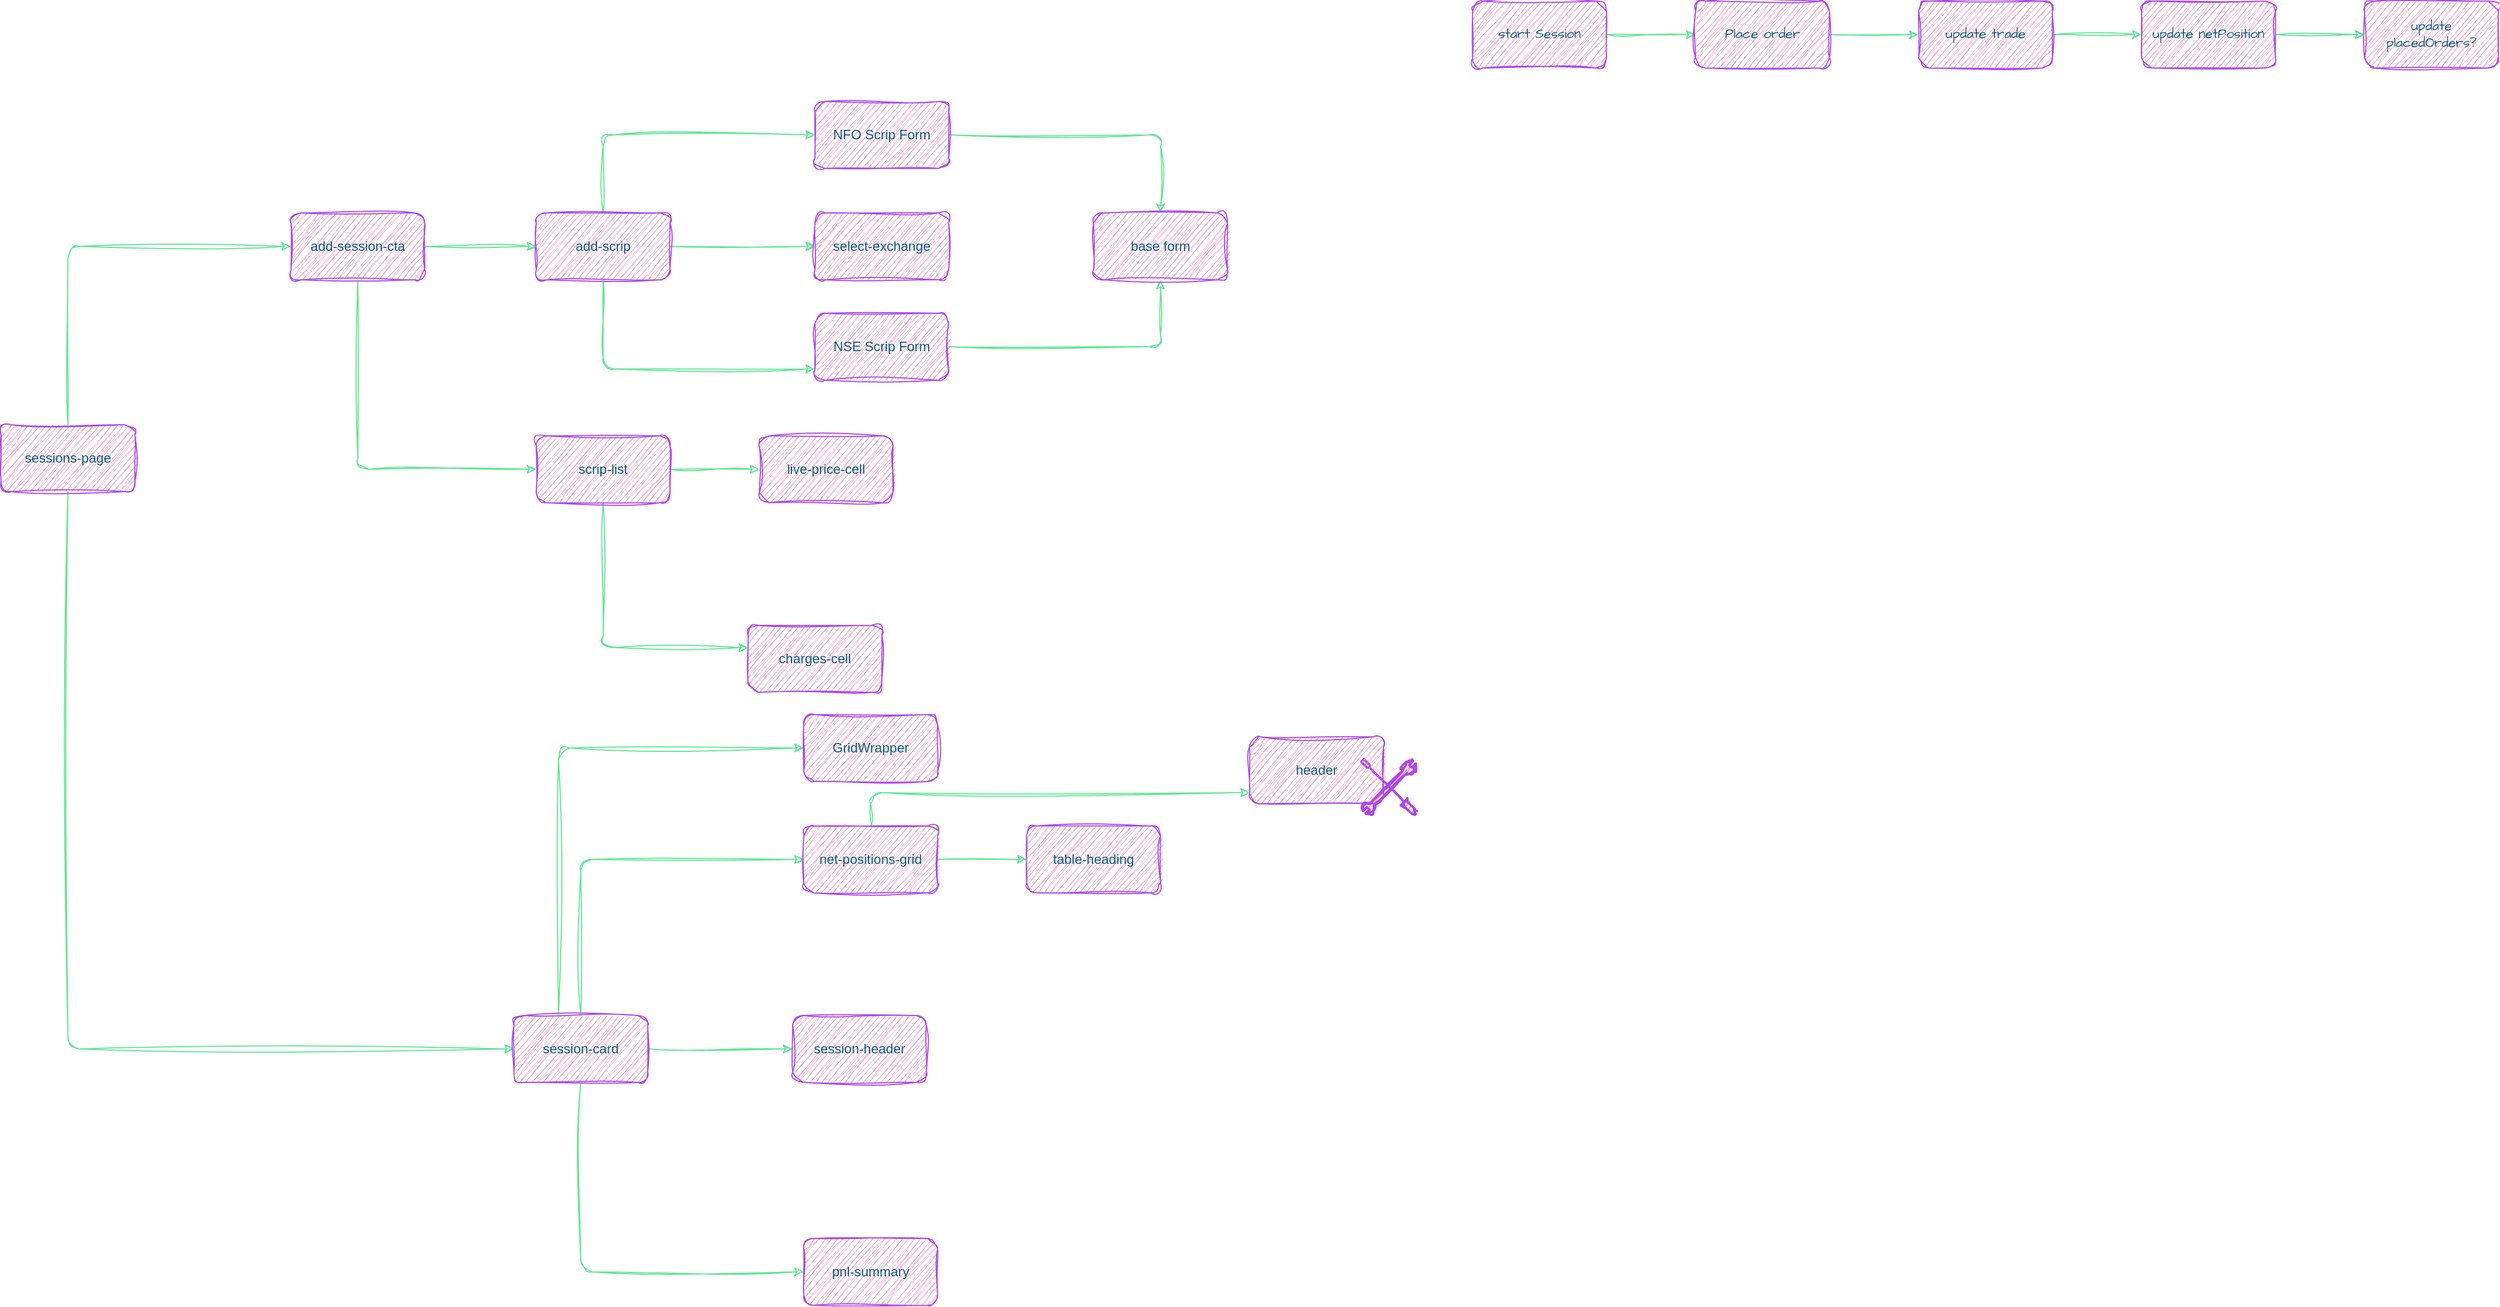
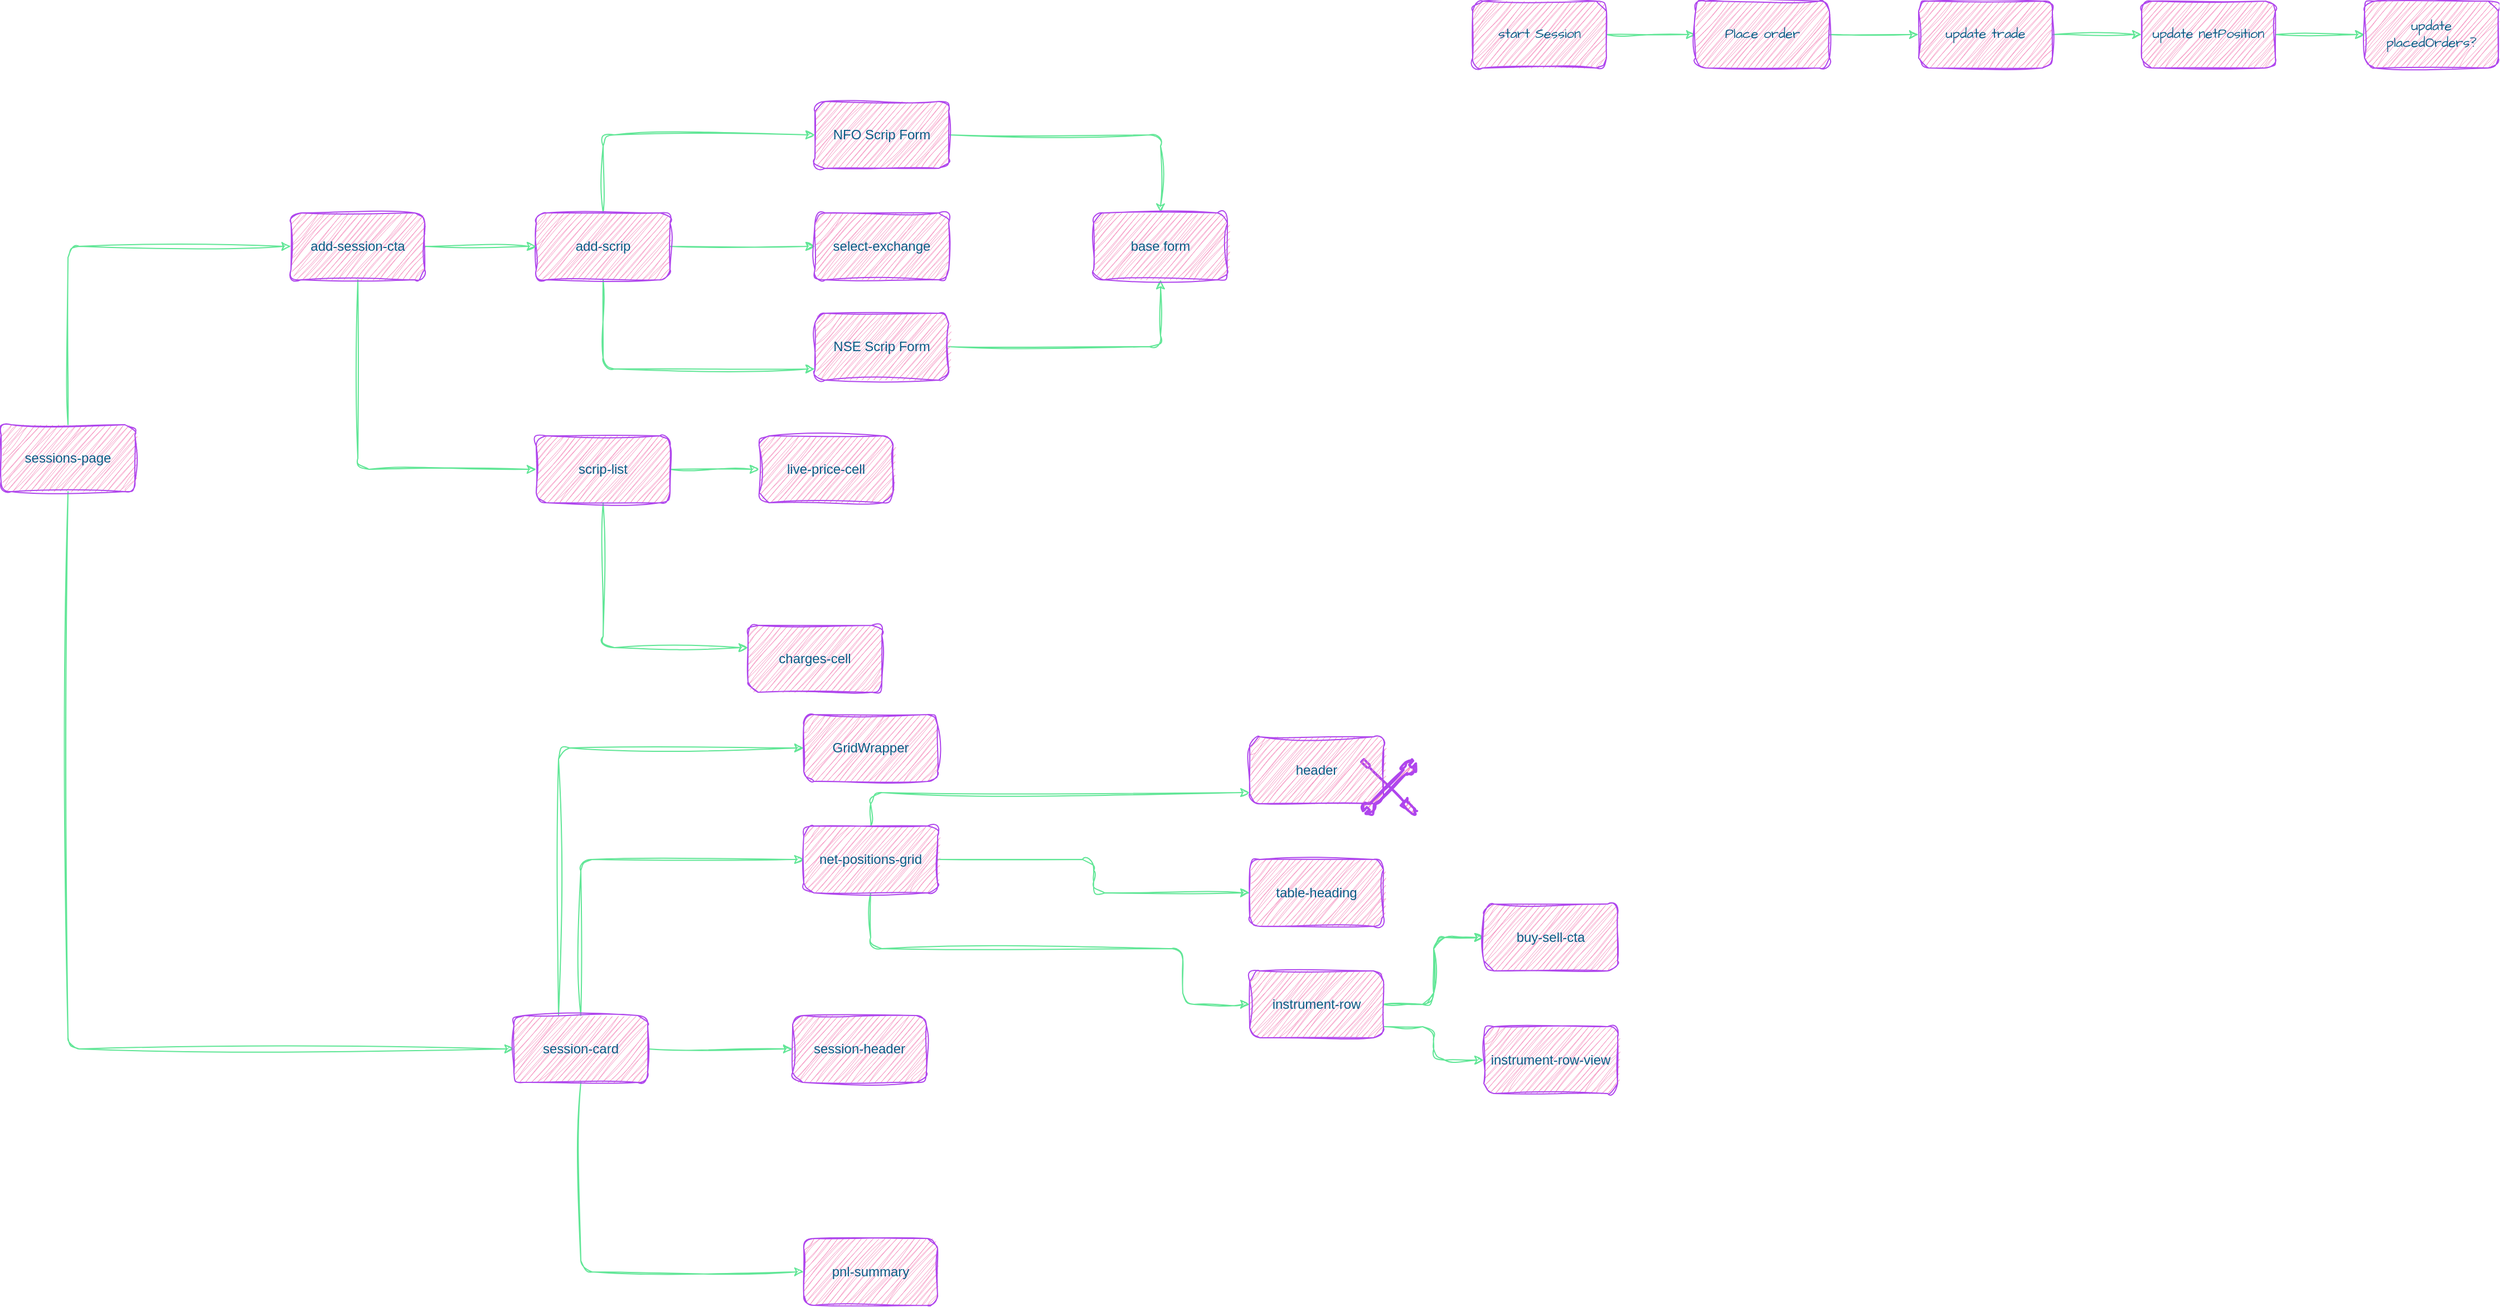
<mxfile host="app.diagrams.net" pages="5">
  <diagram id="wPQbEJP3DVO_ncDqMHqx" name="Sessions Page">
    <mxGraphModel dx="1887" dy="969" grid="1" gridSize="10" guides="1" tooltips="1" connect="1" arrows="1" fold="1" page="0" pageScale="1" pageWidth="402" pageHeight="874" math="0" shadow="0">
      <root>
        <mxCell id="0" />
        <mxCell id="1" parent="0" />
        <mxCell id="DB1AKVm6qyutKQlFYAWD-6" edge="1" parent="1" source="DB1AKVm6qyutKQlFYAWD-1" style="edgeStyle=orthogonalEdgeStyle;rounded=1;orthogonalLoop=1;jettySize=auto;html=1;sketch=1;curveFitting=1;jiggle=2;labelBackgroundColor=none;strokeColor=#60E696;fontColor=default;" target="DB1AKVm6qyutKQlFYAWD-5" value="">
          <mxGeometry relative="1" as="geometry" />
        </mxCell>
        <mxCell id="DB1AKVm6qyutKQlFYAWD-8" edge="1" parent="1" source="DB1AKVm6qyutKQlFYAWD-1" style="edgeStyle=orthogonalEdgeStyle;rounded=1;orthogonalLoop=1;jettySize=auto;html=1;sketch=1;curveFitting=1;jiggle=2;labelBackgroundColor=none;strokeColor=#60E696;fontColor=default;" target="DB1AKVm6qyutKQlFYAWD-7" value="">
          <mxGeometry relative="1" as="geometry">
            <Array as="points">
              <mxPoint x="120" y="270" />
            </Array>
          </mxGeometry>
        </mxCell>
        <mxCell id="DB1AKVm6qyutKQlFYAWD-10" edge="1" parent="1" source="DB1AKVm6qyutKQlFYAWD-1" style="edgeStyle=orthogonalEdgeStyle;rounded=1;orthogonalLoop=1;jettySize=auto;html=1;sketch=1;curveFitting=1;jiggle=2;labelBackgroundColor=none;strokeColor=#60E696;fontColor=default;" target="DB1AKVm6qyutKQlFYAWD-9" value="">
          <mxGeometry relative="1" as="geometry">
            <Array as="points">
              <mxPoint x="120" y="60" />
            </Array>
          </mxGeometry>
        </mxCell>
        <mxCell id="DB1AKVm6qyutKQlFYAWD-1" parent="1" style="rounded=1;whiteSpace=wrap;html=1;sketch=1;curveFitting=1;jiggle=2;labelBackgroundColor=none;fillColor=#F694C1;strokeColor=#AF45ED;fontColor=#095C86;" value="add-scrip" vertex="1">
          <mxGeometry height="60" width="120" x="60" y="130" as="geometry" />
        </mxCell>
        <mxCell id="DB1AKVm6qyutKQlFYAWD-4" edge="1" parent="1" source="DB1AKVm6qyutKQlFYAWD-3" style="edgeStyle=orthogonalEdgeStyle;rounded=1;orthogonalLoop=1;jettySize=auto;html=1;sketch=1;curveFitting=1;jiggle=2;labelBackgroundColor=none;strokeColor=#60E696;fontColor=default;" target="DB1AKVm6qyutKQlFYAWD-1" value="">
          <mxGeometry relative="1" as="geometry" />
        </mxCell>
        <mxCell id="DB1AKVm6qyutKQlFYAWD-12" edge="1" parent="1" source="DB1AKVm6qyutKQlFYAWD-3" style="edgeStyle=orthogonalEdgeStyle;rounded=1;orthogonalLoop=1;jettySize=auto;html=1;sketch=1;curveFitting=1;jiggle=2;labelBackgroundColor=none;strokeColor=#60E696;fontColor=default;" target="DB1AKVm6qyutKQlFYAWD-11" value="">
          <mxGeometry relative="1" as="geometry">
            <Array as="points">
              <mxPoint x="-100" y="360" />
            </Array>
          </mxGeometry>
        </mxCell>
        <mxCell id="DB1AKVm6qyutKQlFYAWD-3" parent="1" style="rounded=1;whiteSpace=wrap;html=1;sketch=1;curveFitting=1;jiggle=2;labelBackgroundColor=none;fillColor=#F694C1;strokeColor=#AF45ED;fontColor=#095C86;" value="add-session-cta" vertex="1">
          <mxGeometry height="60" width="120" x="-160" y="130" as="geometry" />
        </mxCell>
        <mxCell id="DB1AKVm6qyutKQlFYAWD-5" parent="1" style="whiteSpace=wrap;html=1;rounded=1;sketch=1;curveFitting=1;jiggle=2;labelBackgroundColor=none;fillColor=#F694C1;strokeColor=#AF45ED;fontColor=#095C86;" value="select-exchange" vertex="1">
          <mxGeometry height="60" width="120" x="310" y="130" as="geometry" />
        </mxCell>
        <mxCell id="ouMAoqMrmdJ_XqpmxOQB-3" edge="1" parent="1" source="DB1AKVm6qyutKQlFYAWD-7" style="edgeStyle=orthogonalEdgeStyle;rounded=1;sketch=1;hachureGap=4;jiggle=2;curveFitting=1;orthogonalLoop=1;jettySize=auto;html=1;fontFamily=Architects Daughter;fontSource=https%3A%2F%2Ffonts.googleapis.com%2Fcss%3Ffamily%3DArchitects%2BDaughter;labelBackgroundColor=none;strokeColor=#60E696;fontColor=default;" target="ouMAoqMrmdJ_XqpmxOQB-1">
          <mxGeometry relative="1" as="geometry" />
        </mxCell>
        <mxCell id="DB1AKVm6qyutKQlFYAWD-7" parent="1" style="whiteSpace=wrap;html=1;rounded=1;sketch=1;curveFitting=1;jiggle=2;labelBackgroundColor=none;fillColor=#F694C1;strokeColor=#AF45ED;fontColor=#095C86;" value="NSE Scrip Form" vertex="1">
          <mxGeometry height="60" width="120" x="310" y="220" as="geometry" />
        </mxCell>
        <mxCell id="ouMAoqMrmdJ_XqpmxOQB-2" edge="1" parent="1" source="DB1AKVm6qyutKQlFYAWD-9" style="edgeStyle=orthogonalEdgeStyle;rounded=1;sketch=1;hachureGap=4;jiggle=2;curveFitting=1;orthogonalLoop=1;jettySize=auto;html=1;fontFamily=Architects Daughter;fontSource=https%3A%2F%2Ffonts.googleapis.com%2Fcss%3Ffamily%3DArchitects%2BDaughter;labelBackgroundColor=none;strokeColor=#60E696;fontColor=default;" target="ouMAoqMrmdJ_XqpmxOQB-1" value="">
          <mxGeometry relative="1" as="geometry" />
        </mxCell>
        <mxCell id="DB1AKVm6qyutKQlFYAWD-9" parent="1" style="whiteSpace=wrap;html=1;rounded=1;sketch=1;curveFitting=1;jiggle=2;labelBackgroundColor=none;fillColor=#F694C1;strokeColor=#AF45ED;fontColor=#095C86;" value="NFO Scrip Form" vertex="1">
          <mxGeometry height="60" width="120" x="310" y="30" as="geometry" />
        </mxCell>
        <mxCell id="ouMAoqMrmdJ_XqpmxOQB-15" edge="1" parent="1" source="DB1AKVm6qyutKQlFYAWD-11" style="edgeStyle=orthogonalEdgeStyle;rounded=1;sketch=1;hachureGap=4;jiggle=2;curveFitting=1;orthogonalLoop=1;jettySize=auto;html=1;fontFamily=Architects Daughter;fontSource=https%3A%2F%2Ffonts.googleapis.com%2Fcss%3Ffamily%3DArchitects%2BDaughter;labelBackgroundColor=none;strokeColor=#60E696;fontColor=default;" target="ouMAoqMrmdJ_XqpmxOQB-14" value="">
          <mxGeometry relative="1" as="geometry" />
        </mxCell>
        <mxCell id="ouMAoqMrmdJ_XqpmxOQB-17" edge="1" parent="1" source="DB1AKVm6qyutKQlFYAWD-11" style="edgeStyle=orthogonalEdgeStyle;rounded=1;sketch=1;hachureGap=4;jiggle=2;curveFitting=1;orthogonalLoop=1;jettySize=auto;html=1;fontFamily=Architects Daughter;fontSource=https%3A%2F%2Ffonts.googleapis.com%2Fcss%3Ffamily%3DArchitects%2BDaughter;labelBackgroundColor=none;strokeColor=#60E696;fontColor=default;" target="ouMAoqMrmdJ_XqpmxOQB-16" value="">
          <mxGeometry relative="1" as="geometry">
            <Array as="points">
              <mxPoint x="120" y="520" />
            </Array>
          </mxGeometry>
        </mxCell>
        <mxCell id="DB1AKVm6qyutKQlFYAWD-11" parent="1" style="whiteSpace=wrap;html=1;rounded=1;sketch=1;curveFitting=1;jiggle=2;labelBackgroundColor=none;fillColor=#F694C1;strokeColor=#AF45ED;fontColor=#095C86;" value="scrip-list" vertex="1">
          <mxGeometry height="60" width="120" x="60" y="330" as="geometry" />
        </mxCell>
        <mxCell id="DB1AKVm6qyutKQlFYAWD-15" edge="1" parent="1" source="DB1AKVm6qyutKQlFYAWD-14" style="edgeStyle=orthogonalEdgeStyle;rounded=1;sketch=1;hachureGap=4;jiggle=2;curveFitting=1;orthogonalLoop=1;jettySize=auto;html=1;entryX=0;entryY=0.5;entryDx=0;entryDy=0;strokeColor=#60E696;fontFamily=Architects Daughter;fontSource=https%3A%2F%2Ffonts.googleapis.com%2Fcss%3Ffamily%3DArchitects%2BDaughter;fontColor=default;fillColor=#F694C1;labelBackgroundColor=none;" target="DB1AKVm6qyutKQlFYAWD-3">
          <mxGeometry relative="1" as="geometry">
            <Array as="points">
              <mxPoint x="-360" y="160" />
            </Array>
          </mxGeometry>
        </mxCell>
        <mxCell id="ouMAoqMrmdJ_XqpmxOQB-28" edge="1" parent="1" source="DB1AKVm6qyutKQlFYAWD-14" style="edgeStyle=orthogonalEdgeStyle;rounded=1;sketch=1;hachureGap=4;jiggle=2;curveFitting=1;orthogonalLoop=1;jettySize=auto;html=1;entryX=0;entryY=0.5;entryDx=0;entryDy=0;fontFamily=Architects Daughter;fontSource=https%3A%2F%2Ffonts.googleapis.com%2Fcss%3Ffamily%3DArchitects%2BDaughter;labelBackgroundColor=none;strokeColor=#60E696;fontColor=default;" target="ouMAoqMrmdJ_XqpmxOQB-19">
          <mxGeometry relative="1" as="geometry">
            <Array as="points">
              <mxPoint x="-360" y="880" />
            </Array>
          </mxGeometry>
        </mxCell>
        <mxCell id="DB1AKVm6qyutKQlFYAWD-14" parent="1" style="rounded=1;whiteSpace=wrap;html=1;sketch=1;curveFitting=1;jiggle=2;labelBackgroundColor=none;fillColor=#F694C1;strokeColor=#AF45ED;fontColor=#095C86;" value="sessions-page" vertex="1">
          <mxGeometry height="60" width="120" x="-420" y="320" as="geometry" />
        </mxCell>
        <mxCell id="ouMAoqMrmdJ_XqpmxOQB-1" parent="1" style="whiteSpace=wrap;html=1;fillColor=#F694C1;strokeColor=#AF45ED;fontColor=#095C86;rounded=1;sketch=1;curveFitting=1;jiggle=2;labelBackgroundColor=none;" value="base form" vertex="1">
          <mxGeometry height="60" width="120" x="560" y="130" as="geometry" />
        </mxCell>
        <mxCell id="ouMAoqMrmdJ_XqpmxOQB-6" edge="1" parent="1" source="ouMAoqMrmdJ_XqpmxOQB-4" style="edgeStyle=orthogonalEdgeStyle;rounded=1;sketch=1;hachureGap=4;jiggle=2;curveFitting=1;orthogonalLoop=1;jettySize=auto;html=1;fontFamily=Architects Daughter;fontSource=https%3A%2F%2Ffonts.googleapis.com%2Fcss%3Ffamily%3DArchitects%2BDaughter;labelBackgroundColor=none;strokeColor=#60E696;fontColor=default;" target="ouMAoqMrmdJ_XqpmxOQB-5" value="">
          <mxGeometry relative="1" as="geometry" />
        </mxCell>
        <mxCell id="ouMAoqMrmdJ_XqpmxOQB-4" parent="1" style="whiteSpace=wrap;html=1;sketch=1;hachureGap=4;jiggle=2;curveFitting=1;fontFamily=Architects Daughter;fontSource=https%3A%2F%2Ffonts.googleapis.com%2Fcss%3Ffamily%3DArchitects%2BDaughter;labelBackgroundColor=none;fillColor=#F694C1;strokeColor=#AF45ED;fontColor=#095C86;rounded=1;" value="start Session" vertex="1">
          <mxGeometry height="60" width="120" x="900" y="-60" as="geometry" />
        </mxCell>
        <mxCell id="ouMAoqMrmdJ_XqpmxOQB-8" edge="1" parent="1" source="ouMAoqMrmdJ_XqpmxOQB-5" style="edgeStyle=orthogonalEdgeStyle;rounded=1;sketch=1;hachureGap=4;jiggle=2;curveFitting=1;orthogonalLoop=1;jettySize=auto;html=1;fontFamily=Architects Daughter;fontSource=https%3A%2F%2Ffonts.googleapis.com%2Fcss%3Ffamily%3DArchitects%2BDaughter;labelBackgroundColor=none;strokeColor=#60E696;fontColor=default;" target="ouMAoqMrmdJ_XqpmxOQB-7" value="">
          <mxGeometry relative="1" as="geometry" />
        </mxCell>
        <mxCell id="ouMAoqMrmdJ_XqpmxOQB-5" parent="1" style="whiteSpace=wrap;html=1;fontFamily=Architects Daughter;sketch=1;hachureGap=4;jiggle=2;curveFitting=1;fontSource=https%3A%2F%2Ffonts.googleapis.com%2Fcss%3Ffamily%3DArchitects%2BDaughter;labelBackgroundColor=none;fillColor=#F694C1;strokeColor=#AF45ED;fontColor=#095C86;rounded=1;" value="Place order" vertex="1">
          <mxGeometry height="60" width="120" x="1100" y="-60" as="geometry" />
        </mxCell>
        <mxCell id="ouMAoqMrmdJ_XqpmxOQB-10" edge="1" parent="1" source="ouMAoqMrmdJ_XqpmxOQB-7" style="edgeStyle=orthogonalEdgeStyle;rounded=1;sketch=1;hachureGap=4;jiggle=2;curveFitting=1;orthogonalLoop=1;jettySize=auto;html=1;fontFamily=Architects Daughter;fontSource=https%3A%2F%2Ffonts.googleapis.com%2Fcss%3Ffamily%3DArchitects%2BDaughter;labelBackgroundColor=none;strokeColor=#60E696;fontColor=default;" target="ouMAoqMrmdJ_XqpmxOQB-9" value="">
          <mxGeometry relative="1" as="geometry" />
        </mxCell>
        <mxCell id="ouMAoqMrmdJ_XqpmxOQB-7" parent="1" style="whiteSpace=wrap;html=1;fontFamily=Architects Daughter;sketch=1;hachureGap=4;jiggle=2;curveFitting=1;fontSource=https%3A%2F%2Ffonts.googleapis.com%2Fcss%3Ffamily%3DArchitects%2BDaughter;labelBackgroundColor=none;fillColor=#F694C1;strokeColor=#AF45ED;fontColor=#095C86;rounded=1;" value="update trade" vertex="1">
          <mxGeometry height="60" width="120" x="1300" y="-60" as="geometry" />
        </mxCell>
        <mxCell id="ouMAoqMrmdJ_XqpmxOQB-12" edge="1" parent="1" source="ouMAoqMrmdJ_XqpmxOQB-9" style="edgeStyle=orthogonalEdgeStyle;rounded=1;sketch=1;hachureGap=4;jiggle=2;curveFitting=1;orthogonalLoop=1;jettySize=auto;html=1;fontFamily=Architects Daughter;fontSource=https%3A%2F%2Ffonts.googleapis.com%2Fcss%3Ffamily%3DArchitects%2BDaughter;labelBackgroundColor=none;strokeColor=#60E696;fontColor=default;" target="ouMAoqMrmdJ_XqpmxOQB-11" value="">
          <mxGeometry relative="1" as="geometry" />
        </mxCell>
        <mxCell id="ouMAoqMrmdJ_XqpmxOQB-9" parent="1" style="whiteSpace=wrap;html=1;fontFamily=Architects Daughter;sketch=1;hachureGap=4;jiggle=2;curveFitting=1;fontSource=https%3A%2F%2Ffonts.googleapis.com%2Fcss%3Ffamily%3DArchitects%2BDaughter;labelBackgroundColor=none;fillColor=#F694C1;strokeColor=#AF45ED;fontColor=#095C86;rounded=1;" value="update netPosition" vertex="1">
          <mxGeometry height="60" width="120" x="1500" y="-60" as="geometry" />
        </mxCell>
        <mxCell id="ouMAoqMrmdJ_XqpmxOQB-11" parent="1" style="whiteSpace=wrap;html=1;fontFamily=Architects Daughter;sketch=1;hachureGap=4;jiggle=2;curveFitting=1;fontSource=https%3A%2F%2Ffonts.googleapis.com%2Fcss%3Ffamily%3DArchitects%2BDaughter;labelBackgroundColor=none;fillColor=#F694C1;strokeColor=#AF45ED;fontColor=#095C86;rounded=1;" value="update placedOrders?" vertex="1">
          <mxGeometry height="60" width="120" x="1700" y="-60" as="geometry" />
        </mxCell>
        <mxCell id="ouMAoqMrmdJ_XqpmxOQB-13" parent="1" style="html=1;verticalLabelPosition=bottom;align=center;labelBackgroundColor=none;verticalAlign=top;strokeWidth=2;strokeColor=#AF45ED;shadow=0;dashed=0;shape=mxgraph.ios7.icons.tools;pointerEvents=1;sketch=1;hachureGap=4;jiggle=2;curveFitting=1;fontFamily=Architects Daughter;fontSource=https%3A%2F%2Ffonts.googleapis.com%2Fcss%3Ffamily%3DArchitects%2BDaughter;fillColor=#F694C1;fontColor=#095C86;rounded=1;" value="" vertex="1">
          <mxGeometry height="50" width="50" x="800" y="620" as="geometry" />
        </mxCell>
        <mxCell id="ouMAoqMrmdJ_XqpmxOQB-14" parent="1" style="whiteSpace=wrap;html=1;fillColor=#F694C1;strokeColor=#AF45ED;fontColor=#095C86;rounded=1;sketch=1;curveFitting=1;jiggle=2;labelBackgroundColor=none;" value="live-price-cell" vertex="1">
          <mxGeometry height="60" width="120" x="260" y="330" as="geometry" />
        </mxCell>
        <mxCell id="ouMAoqMrmdJ_XqpmxOQB-16" parent="1" style="whiteSpace=wrap;html=1;fillColor=#F694C1;strokeColor=#AF45ED;fontColor=#095C86;rounded=1;sketch=1;curveFitting=1;jiggle=2;labelBackgroundColor=none;" value="charges-cell" vertex="1">
          <mxGeometry height="60" width="120" x="250" y="500" as="geometry" />
        </mxCell>
        <mxCell id="ouMAoqMrmdJ_XqpmxOQB-22" edge="1" parent="1" source="ouMAoqMrmdJ_XqpmxOQB-19" style="edgeStyle=orthogonalEdgeStyle;rounded=1;sketch=1;hachureGap=4;jiggle=2;curveFitting=1;orthogonalLoop=1;jettySize=auto;html=1;fontFamily=Architects Daughter;fontSource=https%3A%2F%2Ffonts.googleapis.com%2Fcss%3Ffamily%3DArchitects%2BDaughter;labelBackgroundColor=none;strokeColor=#60E696;fontColor=default;" target="ouMAoqMrmdJ_XqpmxOQB-21" value="">
          <mxGeometry relative="1" as="geometry" />
        </mxCell>
        <mxCell id="ouMAoqMrmdJ_XqpmxOQB-25" edge="1" parent="1" source="ouMAoqMrmdJ_XqpmxOQB-19" style="edgeStyle=orthogonalEdgeStyle;rounded=1;sketch=1;hachureGap=4;jiggle=2;curveFitting=1;orthogonalLoop=1;jettySize=auto;html=1;entryX=0;entryY=0.5;entryDx=0;entryDy=0;fontFamily=Architects Daughter;fontSource=https%3A%2F%2Ffonts.googleapis.com%2Fcss%3Ffamily%3DArchitects%2BDaughter;labelBackgroundColor=none;strokeColor=#60E696;fontColor=default;" target="ouMAoqMrmdJ_XqpmxOQB-23">
          <mxGeometry relative="1" as="geometry">
            <Array as="points">
              <mxPoint x="100" y="710" />
            </Array>
          </mxGeometry>
        </mxCell>
        <mxCell id="ouMAoqMrmdJ_XqpmxOQB-27" edge="1" parent="1" source="ouMAoqMrmdJ_XqpmxOQB-19" style="edgeStyle=orthogonalEdgeStyle;rounded=1;sketch=1;hachureGap=4;jiggle=2;curveFitting=1;orthogonalLoop=1;jettySize=auto;html=1;fontFamily=Architects Daughter;fontSource=https%3A%2F%2Ffonts.googleapis.com%2Fcss%3Ffamily%3DArchitects%2BDaughter;labelBackgroundColor=none;strokeColor=#60E696;fontColor=default;" target="ouMAoqMrmdJ_XqpmxOQB-26" value="">
          <mxGeometry relative="1" as="geometry">
            <Array as="points">
              <mxPoint x="100" y="1080" />
            </Array>
          </mxGeometry>
        </mxCell>
        <mxCell id="ouMAoqMrmdJ_XqpmxOQB-30" edge="1" parent="1" source="ouMAoqMrmdJ_XqpmxOQB-19" style="edgeStyle=orthogonalEdgeStyle;rounded=1;sketch=1;hachureGap=4;jiggle=2;curveFitting=1;orthogonalLoop=1;jettySize=auto;html=1;strokeColor=#60E696;fontFamily=Architects Daughter;fontSource=https%3A%2F%2Ffonts.googleapis.com%2Fcss%3Ffamily%3DArchitects%2BDaughter;fontColor=#095C86;fillColor=#F694C1;" target="ouMAoqMrmdJ_XqpmxOQB-29" value="">
          <mxGeometry relative="1" as="geometry">
            <Array as="points">
              <mxPoint x="80" y="610" />
            </Array>
          </mxGeometry>
        </mxCell>
        <mxCell id="ouMAoqMrmdJ_XqpmxOQB-19" parent="1" style="whiteSpace=wrap;html=1;fillColor=#F694C1;strokeColor=#AF45ED;fontColor=#095C86;rounded=1;sketch=1;curveFitting=1;jiggle=2;labelBackgroundColor=none;" value="session-card" vertex="1">
          <mxGeometry height="60" width="120" x="40" y="850" as="geometry" />
        </mxCell>
        <mxCell id="ouMAoqMrmdJ_XqpmxOQB-21" parent="1" style="whiteSpace=wrap;html=1;fillColor=#F694C1;strokeColor=#AF45ED;fontColor=#095C86;rounded=1;sketch=1;curveFitting=1;jiggle=2;labelBackgroundColor=none;" value="session-header" vertex="1">
          <mxGeometry height="60" width="120" x="290" y="850" as="geometry" />
        </mxCell>
        <mxCell id="ouMAoqMrmdJ_XqpmxOQB-32" edge="1" parent="1" source="ouMAoqMrmdJ_XqpmxOQB-23" style="edgeStyle=orthogonalEdgeStyle;rounded=1;sketch=1;hachureGap=4;jiggle=2;curveFitting=1;orthogonalLoop=1;jettySize=auto;html=1;strokeColor=#60E696;fontFamily=Architects Daughter;fontSource=https%3A%2F%2Ffonts.googleapis.com%2Fcss%3Ffamily%3DArchitects%2BDaughter;fontColor=#095C86;fillColor=#F694C1;" target="ouMAoqMrmdJ_XqpmxOQB-31" value="">
          <mxGeometry relative="1" as="geometry">
            <Array as="points">
              <mxPoint x="360" y="650" />
            </Array>
          </mxGeometry>
        </mxCell>
        <mxCell id="ouMAoqMrmdJ_XqpmxOQB-34" edge="1" parent="1" source="ouMAoqMrmdJ_XqpmxOQB-23" style="edgeStyle=orthogonalEdgeStyle;rounded=1;sketch=1;hachureGap=4;jiggle=2;curveFitting=1;orthogonalLoop=1;jettySize=auto;html=1;strokeColor=#60E696;fontFamily=Architects Daughter;fontSource=https%3A%2F%2Ffonts.googleapis.com%2Fcss%3Ffamily%3DArchitects%2BDaughter;fontColor=#095C86;fillColor=#F694C1;" target="ouMAoqMrmdJ_XqpmxOQB-33" value="">
          <mxGeometry relative="1" as="geometry" />
        </mxCell>
+         <mxCell id="ouMAoqMrmdJ_XqpmxOQB-38" edge="1" parent="1" source="ouMAoqMrmdJ_XqpmxOQB-23" style="edgeStyle=orthogonalEdgeStyle;rounded=1;sketch=1;hachureGap=4;jiggle=2;curveFitting=1;orthogonalLoop=1;jettySize=auto;html=1;strokeColor=#60E696;fontFamily=Architects Daughter;fontSource=https%3A%2F%2Ffonts.googleapis.com%2Fcss%3Ffamily%3DArchitects%2BDaughter;fontColor=#095C86;fillColor=#F694C1;" target="ouMAoqMrmdJ_XqpmxOQB-37" value="">
+           <mxGeometry relative="1" as="geometry">
+             <Array as="points">
+               <mxPoint x="360" y="790" />
+               <mxPoint x="640" y="790" />
+             </Array>
+           </mxGeometry>
+         </mxCell>
        <mxCell id="ouMAoqMrmdJ_XqpmxOQB-23" parent="1" style="whiteSpace=wrap;html=1;fillColor=#F694C1;strokeColor=#AF45ED;fontColor=#095C86;rounded=1;sketch=1;curveFitting=1;jiggle=2;labelBackgroundColor=none;" value="net-positions-grid" vertex="1">
          <mxGeometry height="60" width="120" x="300" y="680" as="geometry" />
        </mxCell>
        <mxCell id="ouMAoqMrmdJ_XqpmxOQB-26" parent="1" style="whiteSpace=wrap;html=1;fillColor=#F694C1;strokeColor=#AF45ED;fontColor=#095C86;rounded=1;sketch=1;curveFitting=1;jiggle=2;labelBackgroundColor=none;" value="pnl-summary" vertex="1">
          <mxGeometry height="60" width="120" x="300" y="1050" as="geometry" />
        </mxCell>
        <mxCell id="ouMAoqMrmdJ_XqpmxOQB-29" parent="1" style="whiteSpace=wrap;html=1;fillColor=#F694C1;strokeColor=#AF45ED;fontColor=#095C86;rounded=1;sketch=1;curveFitting=1;jiggle=2;labelBackgroundColor=none;" value="GridWrapper" vertex="1">
          <mxGeometry height="60" width="120" x="300" y="580" as="geometry" />
        </mxCell>
        <mxCell id="ouMAoqMrmdJ_XqpmxOQB-31" parent="1" style="whiteSpace=wrap;html=1;fillColor=#F694C1;strokeColor=#AF45ED;fontColor=#095C86;rounded=1;sketch=1;curveFitting=1;jiggle=2;labelBackgroundColor=none;" value="header" vertex="1">
          <mxGeometry height="60" width="120" x="700" y="600" as="geometry" />
        </mxCell>
        <mxCell id="ouMAoqMrmdJ_XqpmxOQB-33" parent="1" style="whiteSpace=wrap;html=1;fillColor=#F694C1;strokeColor=#AF45ED;fontColor=#095C86;rounded=1;sketch=1;curveFitting=1;jiggle=2;labelBackgroundColor=none;" value="table-heading" vertex="1">
-           <mxGeometry height="60" width="120" x="500" y="680" as="geometry" />
+           <mxGeometry height="60" width="120" x="700" y="710" as="geometry" />
+         </mxCell>
+         <mxCell id="ouMAoqMrmdJ_XqpmxOQB-40" edge="1" parent="1" source="ouMAoqMrmdJ_XqpmxOQB-37" style="edgeStyle=orthogonalEdgeStyle;rounded=1;sketch=1;hachureGap=4;jiggle=2;curveFitting=1;orthogonalLoop=1;jettySize=auto;html=1;strokeColor=#60E696;fontFamily=Architects Daughter;fontSource=https%3A%2F%2Ffonts.googleapis.com%2Fcss%3Ffamily%3DArchitects%2BDaughter;fontColor=#095C86;fillColor=#F694C1;" target="ouMAoqMrmdJ_XqpmxOQB-39" value="">
+           <mxGeometry relative="1" as="geometry" />
+         </mxCell>
+         <mxCell id="ouMAoqMrmdJ_XqpmxOQB-41" edge="1" parent="1" source="ouMAoqMrmdJ_XqpmxOQB-37" style="edgeStyle=orthogonalEdgeStyle;rounded=1;sketch=1;hachureGap=4;jiggle=2;curveFitting=1;orthogonalLoop=1;jettySize=auto;html=1;strokeColor=#60E696;fontFamily=Architects Daughter;fontSource=https%3A%2F%2Ffonts.googleapis.com%2Fcss%3Ffamily%3DArchitects%2BDaughter;fontColor=#095C86;fillColor=#F694C1;" target="ouMAoqMrmdJ_XqpmxOQB-39" value="">
+           <mxGeometry relative="1" as="geometry" />
+         </mxCell>
+         <mxCell id="ouMAoqMrmdJ_XqpmxOQB-43" edge="1" parent="1" source="ouMAoqMrmdJ_XqpmxOQB-37" style="edgeStyle=orthogonalEdgeStyle;rounded=1;sketch=1;hachureGap=4;jiggle=2;curveFitting=1;orthogonalLoop=1;jettySize=auto;html=1;strokeColor=#60E696;fontFamily=Architects Daughter;fontSource=https%3A%2F%2Ffonts.googleapis.com%2Fcss%3Ffamily%3DArchitects%2BDaughter;fontColor=#095C86;fillColor=#F694C1;" target="ouMAoqMrmdJ_XqpmxOQB-42" value="">
+           <mxGeometry relative="1" as="geometry">
+             <Array as="points">
+               <mxPoint x="865" y="860" />
+               <mxPoint x="865" y="890" />
+             </Array>
+           </mxGeometry>
+         </mxCell>
+         <mxCell id="ouMAoqMrmdJ_XqpmxOQB-37" parent="1" style="whiteSpace=wrap;html=1;fillColor=#F694C1;strokeColor=#AF45ED;fontColor=#095C86;rounded=1;sketch=1;curveFitting=1;jiggle=2;labelBackgroundColor=none;" value="instrument-row" vertex="1">
+           <mxGeometry height="60" width="120" x="700" y="810" as="geometry" />
+         </mxCell>
+         <mxCell id="ouMAoqMrmdJ_XqpmxOQB-39" parent="1" style="whiteSpace=wrap;html=1;fillColor=#F694C1;strokeColor=#AF45ED;fontColor=#095C86;rounded=1;sketch=1;curveFitting=1;jiggle=2;labelBackgroundColor=none;" value="buy-sell-cta" vertex="1">
+           <mxGeometry height="60" width="120" x="910" y="750" as="geometry" />
+         </mxCell>
+         <mxCell id="ouMAoqMrmdJ_XqpmxOQB-42" parent="1" style="whiteSpace=wrap;html=1;fillColor=#F694C1;strokeColor=#AF45ED;fontColor=#095C86;rounded=1;sketch=1;curveFitting=1;jiggle=2;labelBackgroundColor=none;" value="instrument-row-view" vertex="1">
+           <mxGeometry height="60" width="120" x="910" y="860" as="geometry" />
        </mxCell>
      </root>
    </mxGraphModel>
  </diagram>
  <diagram id="YVkBlKKJ4RNEtawBKbZk" name="Session">
    <mxGraphModel dx="1357" dy="626" grid="1" gridSize="10" guides="1" tooltips="1" connect="1" arrows="1" fold="1" page="0" pageScale="1" pageWidth="402" pageHeight="874" math="0" shadow="0">
      <root>
        <mxCell id="0" />
        <mxCell id="1" parent="0" />
        <mxCell id="b8iQl_XISdQ6rZ6kNcMQ-3" edge="1" parent="1" source="b8iQl_XISdQ6rZ6kNcMQ-1" style="edgeStyle=orthogonalEdgeStyle;rounded=0;orthogonalLoop=1;jettySize=auto;html=1;" target="b8iQl_XISdQ6rZ6kNcMQ-2" value="">
          <mxGeometry relative="1" as="geometry" />
        </mxCell>
        <mxCell id="b8iQl_XISdQ6rZ6kNcMQ-1" parent="1" style="rounded=1;whiteSpace=wrap;html=1;" value="start session" vertex="1">
          <mxGeometry height="60" width="120" x="-200" y="80" as="geometry" />
        </mxCell>
        <mxCell id="b8iQl_XISdQ6rZ6kNcMQ-5" edge="1" parent="1" source="b8iQl_XISdQ6rZ6kNcMQ-2" style="edgeStyle=orthogonalEdgeStyle;rounded=0;orthogonalLoop=1;jettySize=auto;html=1;" target="b8iQl_XISdQ6rZ6kNcMQ-4" value="">
          <mxGeometry relative="1" as="geometry" />
        </mxCell>
        <mxCell id="b8iQl_XISdQ6rZ6kNcMQ-2" parent="1" style="whiteSpace=wrap;html=1;rounded=1;" value="place orders&amp;nbsp;&lt;br&gt;(all or none)" vertex="1">
          <mxGeometry height="60" width="120" y="80" as="geometry" />
        </mxCell>
        <mxCell id="b8iQl_XISdQ6rZ6kNcMQ-7" edge="1" parent="1" source="b8iQl_XISdQ6rZ6kNcMQ-4" style="edgeStyle=orthogonalEdgeStyle;rounded=0;orthogonalLoop=1;jettySize=auto;html=1;" target="b8iQl_XISdQ6rZ6kNcMQ-6" value="">
          <mxGeometry relative="1" as="geometry" />
        </mxCell>
        <mxCell id="b8iQl_XISdQ6rZ6kNcMQ-4" parent="1" style="whiteSpace=wrap;html=1;rounded=1;" value="update margins" vertex="1">
          <mxGeometry height="60" width="120" x="200" y="80" as="geometry" />
        </mxCell>
        <mxCell id="b8iQl_XISdQ6rZ6kNcMQ-6" parent="1" style="whiteSpace=wrap;html=1;rounded=1;" value="create session" vertex="1">
          <mxGeometry height="60" width="120" x="200" y="200" as="geometry" />
        </mxCell>
        <mxCell id="b8iQl_XISdQ6rZ6kNcMQ-8" parent="1" style="rounded=1;whiteSpace=wrap;html=1;fillColor=#fff2cc;strokeColor=#d6b656;" value="firebase" vertex="1">
          <mxGeometry height="40" width="80" x="300" y="190" as="geometry" />
        </mxCell>
        <mxCell id="b8iQl_XISdQ6rZ6kNcMQ-9" parent="1" style="rounded=1;whiteSpace=wrap;html=1;fillColor=#fff2cc;strokeColor=#d6b656;" value="kite" vertex="1">
          <mxGeometry height="40" width="80" x="80" y="50" as="geometry" />
        </mxCell>
        <mxCell id="b8iQl_XISdQ6rZ6kNcMQ-10" parent="1" style="rounded=1;whiteSpace=wrap;html=1;fillColor=#fff2cc;strokeColor=#d6b656;" value="firebase" vertex="1">
          <mxGeometry height="40" width="80" x="290" y="60" as="geometry" />
        </mxCell>
      </root>
    </mxGraphModel>
  </diagram>
  <diagram id="4KjMPYYtLXdBkkJX1B08" name="Auth">
    <mxGraphModel dx="1276" dy="835" grid="0" gridSize="10" guides="1" tooltips="1" connect="1" arrows="1" fold="1" page="0" pageScale="1" pageWidth="402" pageHeight="874" math="0" shadow="0">
      <root>
        <mxCell id="0" />
        <mxCell id="1" parent="0" />
        <mxCell id="pPH6oVQiPgVcm9OUePWL-3" edge="1" parent="1" source="pPH6oVQiPgVcm9OUePWL-1" style="edgeStyle=orthogonalEdgeStyle;rounded=0;orthogonalLoop=1;jettySize=auto;html=1;" target="pPH6oVQiPgVcm9OUePWL-2" value="">
          <mxGeometry relative="1" as="geometry" />
        </mxCell>
        <mxCell id="pPH6oVQiPgVcm9OUePWL-1" parent="1" style="rounded=1;whiteSpace=wrap;html=1;" value="User clicks &quot;Login&quot; Button" vertex="1">
          <mxGeometry height="60" width="120" x="23" y="101" as="geometry" />
        </mxCell>
        <mxCell id="pPH6oVQiPgVcm9OUePWL-5" edge="1" parent="1" source="pPH6oVQiPgVcm9OUePWL-2" style="edgeStyle=orthogonalEdgeStyle;rounded=0;orthogonalLoop=1;jettySize=auto;html=1;" target="pPH6oVQiPgVcm9OUePWL-4" value="">
          <mxGeometry relative="1" as="geometry" />
        </mxCell>
        <mxCell id="pPH6oVQiPgVcm9OUePWL-2" parent="1" style="whiteSpace=wrap;html=1;rounded=1;" value="Open the Login URL" vertex="1">
          <mxGeometry height="60" width="120" x="223" y="101" as="geometry" />
        </mxCell>
        <mxCell id="pPH6oVQiPgVcm9OUePWL-7" edge="1" parent="1" source="pPH6oVQiPgVcm9OUePWL-4" style="edgeStyle=orthogonalEdgeStyle;rounded=0;orthogonalLoop=1;jettySize=auto;html=1;" target="pPH6oVQiPgVcm9OUePWL-6" value="">
          <mxGeometry relative="1" as="geometry" />
        </mxCell>
        <mxCell id="pPH6oVQiPgVcm9OUePWL-4" parent="1" style="whiteSpace=wrap;html=1;rounded=1;" value="User logins to Zerodha" vertex="1">
          <mxGeometry height="60" width="120" x="423" y="101" as="geometry" />
        </mxCell>
        <mxCell id="pPH6oVQiPgVcm9OUePWL-9" edge="1" parent="1" source="pPH6oVQiPgVcm9OUePWL-6" style="edgeStyle=orthogonalEdgeStyle;rounded=0;orthogonalLoop=1;jettySize=auto;html=1;" target="pPH6oVQiPgVcm9OUePWL-8" value="">
          <mxGeometry relative="1" as="geometry" />
        </mxCell>
        <mxCell id="pPH6oVQiPgVcm9OUePWL-6" parent="1" style="whiteSpace=wrap;html=1;rounded=1;" value="Redirected to callback URL with request_token&lt;br&gt;&lt;b&gt;http://localhost:3000/api/auth/kite/callback&lt;/b&gt;" vertex="1">
          <mxGeometry height="60" width="262" x="352" y="244" as="geometry" />
        </mxCell>
        <mxCell id="pPH6oVQiPgVcm9OUePWL-13" edge="1" parent="1" source="pPH6oVQiPgVcm9OUePWL-8" style="edgeStyle=orthogonalEdgeStyle;rounded=0;orthogonalLoop=1;jettySize=auto;html=1;" target="pPH6oVQiPgVcm9OUePWL-12" value="">
          <mxGeometry relative="1" as="geometry" />
        </mxCell>
        <mxCell id="pPH6oVQiPgVcm9OUePWL-8" parent="1" style="whiteSpace=wrap;html=1;rounded=1;" value="In loader for this route, generate the session" vertex="1">
          <mxGeometry height="60" width="120" x="17" y="244" as="geometry" />
        </mxCell>
        <mxCell id="pPH6oVQiPgVcm9OUePWL-15" edge="1" parent="1" source="pPH6oVQiPgVcm9OUePWL-12" style="edgeStyle=orthogonalEdgeStyle;rounded=0;orthogonalLoop=1;jettySize=auto;html=1;" target="pPH6oVQiPgVcm9OUePWL-14" value="">
          <mxGeometry relative="1" as="geometry" />
        </mxCell>
        <mxCell id="pPH6oVQiPgVcm9OUePWL-12" parent="1" style="whiteSpace=wrap;html=1;rounded=1;" value="Serialize and save the access token in cookie" vertex="1">
          <mxGeometry height="60" width="120" x="17" y="384" as="geometry" />
        </mxCell>
        <mxCell id="pPH6oVQiPgVcm9OUePWL-17" edge="1" parent="1" source="pPH6oVQiPgVcm9OUePWL-14" style="edgeStyle=orthogonalEdgeStyle;rounded=0;orthogonalLoop=1;jettySize=auto;html=1;" target="pPH6oVQiPgVcm9OUePWL-16" value="">
          <mxGeometry relative="1" as="geometry" />
        </mxCell>
        <mxCell id="pPH6oVQiPgVcm9OUePWL-14" parent="1" style="whiteSpace=wrap;html=1;rounded=1;" value="redirect to /dashboard" vertex="1">
          <mxGeometry height="60" width="120" x="217" y="384" as="geometry" />
        </mxCell>
        <mxCell id="pPH6oVQiPgVcm9OUePWL-19" edge="1" parent="1" source="pPH6oVQiPgVcm9OUePWL-16" style="edgeStyle=orthogonalEdgeStyle;rounded=0;orthogonalLoop=1;jettySize=auto;html=1;" target="pPH6oVQiPgVcm9OUePWL-18" value="">
          <mxGeometry relative="1" as="geometry" />
        </mxCell>
        <mxCell id="pPH6oVQiPgVcm9OUePWL-16" parent="1" style="whiteSpace=wrap;html=1;rounded=1;" value="in dashboard loader, get the access token from the cookie and send it to client" vertex="1">
          <mxGeometry height="60" width="120" x="417" y="384" as="geometry" />
        </mxCell>
        <mxCell id="pPH6oVQiPgVcm9OUePWL-21" edge="1" parent="1" source="pPH6oVQiPgVcm9OUePWL-18" style="edgeStyle=orthogonalEdgeStyle;rounded=0;orthogonalLoop=1;jettySize=auto;html=1;" target="pPH6oVQiPgVcm9OUePWL-20" value="">
          <mxGeometry relative="1" as="geometry" />
        </mxCell>
        <mxCell id="pPH6oVQiPgVcm9OUePWL-18" parent="1" style="whiteSpace=wrap;html=1;rounded=1;" value="front-end creates the kc client with api_key and access_token.&amp;nbsp;&amp;nbsp;" vertex="1">
          <mxGeometry height="60" width="120" x="617" y="384" as="geometry" />
        </mxCell>
        <mxCell id="pPH6oVQiPgVcm9OUePWL-20" parent="1" style="whiteSpace=wrap;html=1;rounded=1;" value="use kc client for calling Kite APIs" vertex="1">
          <mxGeometry height="60" width="120" x="617" y="524" as="geometry" />
        </mxCell>
      </root>
    </mxGraphModel>
  </diagram>
  <diagram name="UI/UX" id="5MV4RERJIjpIYta4IkZD">
    <mxGraphModel dx="3134" dy="2189" grid="0" gridSize="10" guides="1" tooltips="1" connect="1" arrows="1" fold="1" page="0" pageScale="1" pageWidth="402" pageHeight="874" background="#ffffff" math="0" shadow="0">
      <root>
        <mxCell id="0" />
        <mxCell id="1" parent="0" />
        <mxCell id="ExlUUjPYo0Ii6ma58Pc_-14" parent="1" style="rounded=1;whiteSpace=wrap;html=1;" value="" vertex="1">
          <mxGeometry height="321" width="1097" x="-296" y="-20" as="geometry" />
        </mxCell>
        <mxCell id="ExlUUjPYo0Ii6ma58Pc_-13" parent="1" style="rounded=1;whiteSpace=wrap;html=1;" value="" vertex="1">
          <mxGeometry height="321" width="1097" x="-287" y="732" as="geometry" />
        </mxCell>
        <mxCell id="iMmVTYed4h1aN_pzg3ix-1" parent="1" style="text;html=1;whiteSpace=wrap;strokeColor=none;fillColor=none;align=center;verticalAlign=middle;rounded=0;fontStyle=1;fontSize=48;fontColor=light-dark(#7a7978, #ededed);" value="Net Qty." vertex="1">
          <mxGeometry height="59" width="60" x="-120" y="72" as="geometry" />
        </mxCell>
        <mxCell id="iMmVTYed4h1aN_pzg3ix-2" parent="1" style="text;html=1;whiteSpace=wrap;strokeColor=none;fillColor=none;align=center;verticalAlign=middle;rounded=0;fontStyle=1;fontSize=48;fontColor=light-dark(#7a7978, #ededed);" value="AVG. PRICE" vertex="1">
          <mxGeometry height="59" width="60" x="149" y="61" as="geometry" />
        </mxCell>
        <mxCell id="iMmVTYed4h1aN_pzg3ix-3" parent="1" style="text;html=1;whiteSpace=wrap;strokeColor=none;fillColor=none;align=center;verticalAlign=middle;rounded=0;fontStyle=1;fontSize=48;fontColor=light-dark(#7a7978, #ededed);" value="LTP" vertex="1">
          <mxGeometry height="59" width="60" x="418" y="61" as="geometry" />
        </mxCell>
        <mxCell id="iMmVTYed4h1aN_pzg3ix-4" parent="1" style="text;html=1;whiteSpace=wrap;strokeColor=none;fillColor=none;align=center;verticalAlign=middle;rounded=0;fontStyle=1;fontSize=48;fontColor=light-dark(#7a7978, #ededed);" value="PnL" vertex="1">
          <mxGeometry height="59" width="60" x="687" y="61" as="geometry" />
        </mxCell>
        <mxCell id="iMmVTYed4h1aN_pzg3ix-5" parent="1" style="text;html=1;whiteSpace=wrap;strokeColor=none;fillColor=none;align=center;verticalAlign=middle;rounded=0;fontSize=36;fontStyle=1" value="100" vertex="1">
          <mxGeometry height="30" width="60" x="-120" y="211" as="geometry" />
        </mxCell>
        <mxCell id="iMmVTYed4h1aN_pzg3ix-6" parent="1" style="text;html=1;whiteSpace=wrap;strokeColor=none;fillColor=none;align=center;verticalAlign=middle;rounded=0;fontSize=36;fontStyle=1" value="36.40" vertex="1">
          <mxGeometry height="30" width="60" x="149" y="211" as="geometry" />
        </mxCell>
        <mxCell id="iMmVTYed4h1aN_pzg3ix-7" parent="1" style="text;html=1;whiteSpace=wrap;strokeColor=none;fillColor=none;align=center;verticalAlign=middle;rounded=0;fontSize=36;fontStyle=1" value="37.45" vertex="1">
          <mxGeometry height="30" width="60" x="418" y="211" as="geometry" />
        </mxCell>
        <mxCell id="iMmVTYed4h1aN_pzg3ix-8" parent="1" style="text;html=1;whiteSpace=wrap;strokeColor=none;fillColor=none;align=center;verticalAlign=middle;rounded=0;fontSize=36;fontStyle=1" value="100" vertex="1">
          <mxGeometry height="30" width="60" x="687" y="211" as="geometry" />
        </mxCell>
        <mxCell id="7si3vGMUa6yKKs87A3T9-2" edge="1" parent="1" source="7si3vGMUa6yKKs87A3T9-1" style="edgeStyle=orthogonalEdgeStyle;rounded=0;orthogonalLoop=1;jettySize=auto;html=1;exitX=0.5;exitY=0;exitDx=0;exitDy=0;entryX=0;entryY=0.5;entryDx=0;entryDy=0;" target="iMmVTYed4h1aN_pzg3ix-5">
          <mxGeometry relative="1" as="geometry">
            <Array as="points">
              <mxPoint x="-283" y="227" />
              <mxPoint x="-139" y="227" />
            </Array>
            <mxPoint x="-139.09090909090924" y="259.27272727272725" as="targetPoint" />
          </mxGeometry>
        </mxCell>
        <mxCell id="7si3vGMUa6yKKs87A3T9-1" parent="1" style="text;html=1;whiteSpace=wrap;strokeColor=none;fillColor=none;align=center;verticalAlign=middle;rounded=0;fontStyle=1" value="Red color if negative, blue color if positive" vertex="1">
          <mxGeometry height="70" width="129" x="-347" y="453" as="geometry" />
        </mxCell>
        <mxCell id="7si3vGMUa6yKKs87A3T9-4" edge="1" parent="1" source="7si3vGMUa6yKKs87A3T9-3" style="edgeStyle=orthogonalEdgeStyle;rounded=0;orthogonalLoop=1;jettySize=auto;html=1;entryX=0.5;entryY=1;entryDx=0;entryDy=0;" target="iMmVTYed4h1aN_pzg3ix-8">
          <mxGeometry relative="1" as="geometry" />
        </mxCell>
        <mxCell id="7si3vGMUa6yKKs87A3T9-3" parent="1" style="text;html=1;whiteSpace=wrap;strokeColor=none;fillColor=none;align=center;verticalAlign=middle;rounded=0;fontStyle=1" value="Red color if negative, blue color if positive" vertex="1">
          <mxGeometry height="70" width="129" x="681" y="398" as="geometry" />
        </mxCell>
        <mxCell id="7si3vGMUa6yKKs87A3T9-5" parent="1" style="text;html=1;whiteSpace=wrap;strokeColor=none;fillColor=none;align=center;verticalAlign=middle;rounded=0;" value="Will receive the following props:&lt;br&gt;netQuantity: number;&lt;br&gt;&lt;div&gt;averagePrice: number&lt;/div&gt;&lt;div&gt;ltp: number;&lt;/div&gt;" vertex="1">
          <mxGeometry height="101" width="203" x="-25" y="355" as="geometry" />
        </mxCell>
        <mxCell id="7si3vGMUa6yKKs87A3T9-6" parent="1" style="text;html=1;whiteSpace=wrap;strokeColor=none;fillColor=none;align=center;verticalAlign=middle;rounded=0;" value="PnL needs to be calculated by the component" vertex="1">
          <mxGeometry height="101" width="203" x="-21" y="482" as="geometry" />
        </mxCell>
        <mxCell id="7si3vGMUa6yKKs87A3T9-7" parent="1" style="text;html=1;whiteSpace=wrap;strokeColor=none;fillColor=none;align=center;verticalAlign=middle;rounded=0;fontStyle=1;fontSize=48;fontColor=light-dark(#7a7978, #ededed);" value="Net Qty." vertex="1">
          <mxGeometry height="59" width="60" x="-186" y="816" as="geometry" />
        </mxCell>
        <mxCell id="7si3vGMUa6yKKs87A3T9-8" parent="1" style="text;html=1;whiteSpace=wrap;strokeColor=none;fillColor=none;align=center;verticalAlign=middle;rounded=0;fontStyle=1;fontSize=48;fontColor=light-dark(#7a7978, #ededed);" value="AVG. PRICE" vertex="1">
          <mxGeometry height="59" width="60" x="83" y="805" as="geometry" />
        </mxCell>
        <mxCell id="7si3vGMUa6yKKs87A3T9-9" parent="1" style="text;html=1;whiteSpace=wrap;strokeColor=none;fillColor=none;align=center;verticalAlign=middle;rounded=0;fontStyle=1;fontSize=48;fontColor=light-dark(#7a7978, #ededed);" value="LTP" vertex="1">
          <mxGeometry height="59" width="60" x="352" y="805" as="geometry" />
        </mxCell>
        <mxCell id="7si3vGMUa6yKKs87A3T9-10" parent="1" style="text;html=1;whiteSpace=wrap;strokeColor=none;fillColor=none;align=center;verticalAlign=middle;rounded=0;fontStyle=1;fontSize=48;fontColor=light-dark(#7a7978, #ededed);" value="PnL" vertex="1">
          <mxGeometry height="59" width="60" x="621" y="805" as="geometry" />
        </mxCell>
        <mxCell id="7si3vGMUa6yKKs87A3T9-11" parent="1" style="text;html=1;whiteSpace=wrap;strokeColor=none;fillColor=none;align=center;verticalAlign=middle;rounded=0;fontSize=18;fontStyle=1" value="{props.netQuantity}" vertex="1">
          <mxGeometry height="30" width="60" x="-186" y="955" as="geometry" />
        </mxCell>
        <mxCell id="7si3vGMUa6yKKs87A3T9-12" parent="1" style="text;html=1;whiteSpace=wrap;strokeColor=none;fillColor=none;align=center;verticalAlign=middle;rounded=0;fontSize=18;fontStyle=1" value="&lt;div&gt;{props.averagePrice}&lt;/div&gt;" vertex="1">
          <mxGeometry height="30" width="60" x="83" y="955" as="geometry" />
        </mxCell>
        <mxCell id="7si3vGMUa6yKKs87A3T9-13" parent="1" style="text;html=1;whiteSpace=wrap;strokeColor=none;fillColor=none;align=center;verticalAlign=middle;rounded=0;fontSize=18;fontStyle=1" value="{props.ltp}" vertex="1">
          <mxGeometry height="30" width="60" x="352" y="955" as="geometry" />
        </mxCell>
        <mxCell id="7si3vGMUa6yKKs87A3T9-14" parent="1" style="text;html=1;whiteSpace=wrap;strokeColor=none;fillColor=none;align=center;verticalAlign=middle;rounded=0;fontSize=18;fontStyle=1" value="{pnl}" vertex="1">
          <mxGeometry height="30" width="60" x="621" y="955" as="geometry" />
        </mxCell>
        <mxCell id="ExlUUjPYo0Ii6ma58Pc_-1" parent="1" style="rounded=1;whiteSpace=wrap;html=1;" value="" vertex="1">
          <mxGeometry height="321" width="1253" x="-202" y="1234" as="geometry" />
        </mxCell>
        <mxCell id="ExlUUjPYo0Ii6ma58Pc_-2" parent="1" style="text;html=1;whiteSpace=wrap;strokeColor=none;fillColor=none;align=center;verticalAlign=middle;rounded=0;fontStyle=1;fontSize=48;fontColor=light-dark(#7a7978, #ededed);" value="Total Margin" vertex="1">
          <mxGeometry height="59" width="168" x="-154" y="1292" as="geometry" />
        </mxCell>
        <mxCell id="ExlUUjPYo0Ii6ma58Pc_-3" parent="1" style="text;html=1;whiteSpace=wrap;strokeColor=none;fillColor=none;align=center;verticalAlign=middle;rounded=0;fontStyle=1;fontSize=48;fontColor=light-dark(#7a7978, #ededed);" value="Utilized Margin" vertex="1">
          <mxGeometry height="59" width="168" x="330" y="1295" as="geometry" />
        </mxCell>
        <mxCell id="ExlUUjPYo0Ii6ma58Pc_-4" parent="1" style="text;html=1;whiteSpace=wrap;strokeColor=none;fillColor=none;align=center;verticalAlign=middle;rounded=0;fontStyle=1;fontSize=48;fontColor=light-dark(#7a7978, #ededed);" value="Net Margin" vertex="1">
          <mxGeometry height="59" width="168" x="813" y="1289" as="geometry" />
        </mxCell>
        <mxCell id="ExlUUjPYo0Ii6ma58Pc_-5" parent="1" style="text;html=1;whiteSpace=wrap;strokeColor=none;fillColor=none;align=center;verticalAlign=middle;rounded=0;fontSize=42;" value="₹2000" vertex="1">
          <mxGeometry height="30" width="60" x="-100" y="1412" as="geometry" />
        </mxCell>
        <mxCell id="ExlUUjPYo0Ii6ma58Pc_-7" parent="1" style="text;html=1;whiteSpace=wrap;strokeColor=none;fillColor=none;align=center;verticalAlign=middle;rounded=0;fontSize=42;" value="₹200" vertex="1">
          <mxGeometry height="30" width="60" x="384" y="1412" as="geometry" />
        </mxCell>
        <mxCell id="ExlUUjPYo0Ii6ma58Pc_-8" parent="1" style="text;html=1;whiteSpace=wrap;strokeColor=none;fillColor=none;align=center;verticalAlign=middle;rounded=0;fontSize=42;" value="₹1800" vertex="1">
          <mxGeometry height="30" width="60" x="867" y="1412" as="geometry" />
        </mxCell>
        <mxCell id="ExlUUjPYo0Ii6ma58Pc_-9" parent="1" style="html=1;shadow=0;dashed=0;shape=mxgraph.bootstrap.rrect;rSize=5;fillColor=#E9ECEF;strokeColor=none;" value="" vertex="1">
          <mxGeometry height="20" width="800" x="24.5" y="1507" as="geometry" />
        </mxCell>
        <mxCell id="ExlUUjPYo0Ii6ma58Pc_-10" parent="ExlUUjPYo0Ii6ma58Pc_-9" style="html=1;shadow=0;dashed=0;shape=mxgraph.bootstrap.leftButton;rSize=5;fillColor=#1CA5B8;strokeColor=none;resizeHeight=1;" value="" vertex="1">
          <mxGeometry height="20" relative="1" width="250" as="geometry" />
        </mxCell>
        <mxCell id="ExlUUjPYo0Ii6ma58Pc_-11" parent="1" style="text;html=1;whiteSpace=wrap;strokeColor=none;fillColor=none;align=center;verticalAlign=middle;rounded=0;fontSize=24;" value="The max value on the progress bar is the total margin and the filled in part is the utilized margin" vertex="1">
          <mxGeometry height="92" width="269" x="175" y="1620" as="geometry" />
        </mxCell>
        <mxCell id="ExlUUjPYo0Ii6ma58Pc_-12" edge="1" parent="1" source="ExlUUjPYo0Ii6ma58Pc_-11" style="edgeStyle=orthogonalEdgeStyle;rounded=0;orthogonalLoop=1;jettySize=auto;html=1;exitX=0.5;exitY=0;exitDx=0;exitDy=0;entryX=0.412;entryY=0.999;entryDx=0;entryDy=0;entryPerimeter=0;" target="ExlUUjPYo0Ii6ma58Pc_-1">
          <mxGeometry relative="1" as="geometry" />
        </mxCell>
      </root>
    </mxGraphModel>
  </diagram>
  <diagram id="dmkDPsUycKQvBsQ4H3Di" name="Kite-Fly-Ticker-Architecture">
    <mxGraphModel dx="1357" dy="626" grid="0" gridSize="10" guides="1" tooltips="1" connect="1" arrows="1" fold="1" page="0" pageScale="1" pageWidth="402" pageHeight="874" math="0" shadow="0">
      <root>
        <mxCell id="0" />
        <mxCell id="1" parent="0" />
        <mxCell id="FDZGNOtkY16CQce4NqAR-3" edge="1" parent="1" source="FDZGNOtkY16CQce4NqAR-1" style="edgeStyle=orthogonalEdgeStyle;rounded=0;orthogonalLoop=1;jettySize=auto;html=1;" target="FDZGNOtkY16CQce4NqAR-2" value="">
          <mxGeometry relative="1" as="geometry" />
        </mxCell>
        <mxCell id="FDZGNOtkY16CQce4NqAR-1" parent="1" style="rounded=1;whiteSpace=wrap;html=1;" value="Client posts a request - for example:&lt;br&gt;&lt;div&gt;&lt;br&gt;&lt;/div&gt;&lt;br&gt;&lt;div&gt;fetch(&quot;http://localhost:3000/api/ltp&quot;, () =&amp;gt; {&lt;/div&gt;&lt;div&gt;method: &quot;POST&quot;,&lt;/div&gt;&lt;div&gt;body: JSON.stringify({&lt;/div&gt;&lt;div&gt;instrument: &quot;WIPRO&quot;,&lt;br&gt;ltp: 128.10&lt;/div&gt;&lt;div&gt;})&lt;/div&gt;&lt;div&gt;})&lt;br&gt;&lt;br&gt;The call is made from another site - for ex. https://kite.zerodha.com&lt;/div&gt;" vertex="1">
          <mxGeometry height="236" width="345" x="-33" y="45" as="geometry" />
        </mxCell>
        <mxCell id="FDZGNOtkY16CQce4NqAR-5" edge="1" parent="1" source="FDZGNOtkY16CQce4NqAR-2" style="edgeStyle=orthogonalEdgeStyle;rounded=0;orthogonalLoop=1;jettySize=auto;html=1;" target="FDZGNOtkY16CQce4NqAR-4" value="">
          <mxGeometry relative="1" as="geometry" />
        </mxCell>
        <mxCell id="FDZGNOtkY16CQce4NqAR-2" parent="1" style="whiteSpace=wrap;html=1;rounded=1;" value="SERVER" vertex="1">
          <mxGeometry height="60" width="120" x="504.5" y="98.5" as="geometry" />
        </mxCell>
        <mxCell id="FDZGNOtkY16CQce4NqAR-8" edge="1" parent="1" source="FDZGNOtkY16CQce4NqAR-4" style="edgeStyle=orthogonalEdgeStyle;rounded=0;orthogonalLoop=1;jettySize=auto;html=1;exitX=0.75;exitY=1;exitDx=0;exitDy=0;entryX=1;entryY=0.75;entryDx=0;entryDy=0;" target="FDZGNOtkY16CQce4NqAR-6">
          <mxGeometry relative="1" as="geometry" />
        </mxCell>
        <mxCell id="FDZGNOtkY16CQce4NqAR-4" parent="1" style="whiteSpace=wrap;html=1;rounded=1;" value="Websocket" vertex="1">
          <mxGeometry height="60" width="120" x="504.5" y="265" as="geometry" />
        </mxCell>
        <mxCell id="FDZGNOtkY16CQce4NqAR-7" edge="1" parent="1" source="FDZGNOtkY16CQce4NqAR-6" style="edgeStyle=orthogonalEdgeStyle;rounded=0;orthogonalLoop=1;jettySize=auto;html=1;entryX=0.5;entryY=1;entryDx=0;entryDy=0;" target="FDZGNOtkY16CQce4NqAR-4">
          <mxGeometry relative="1" as="geometry" />
        </mxCell>
        <mxCell id="FDZGNOtkY16CQce4NqAR-6" parent="1" style="rounded=1;whiteSpace=wrap;html=1;" value="On another client,&lt;div&gt;new Websocket()&lt;/div&gt;// receive the data which is sent from /api/ltp" vertex="1">
          <mxGeometry height="167" width="345" x="1" y="392" as="geometry" />
        </mxCell>
      </root>
    </mxGraphModel>
  </diagram>
</mxfile>
